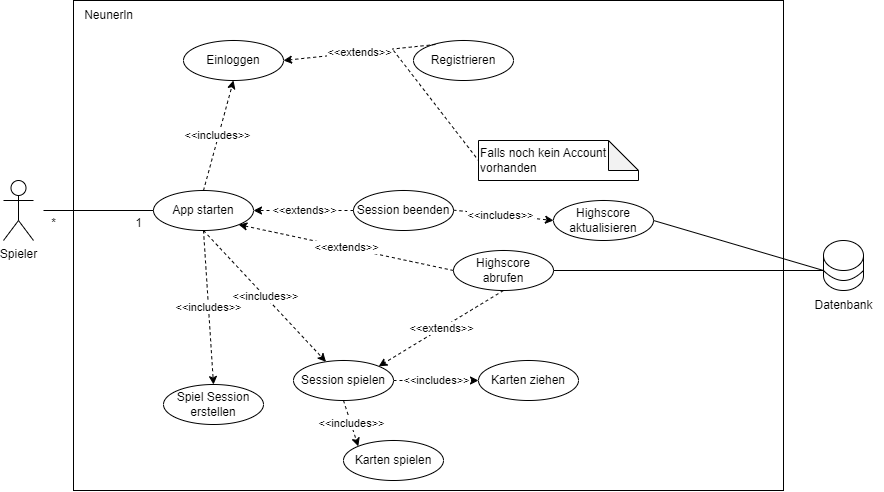
Earlier version of the draw.io export Anwendungsfalldiagramm.png (jakobuseiges/Neunerln). Source tidied: cells renumbered, new cells last; positions are measured from the earlier drawing's top-left corner, leaving out a move shared by most shapes.
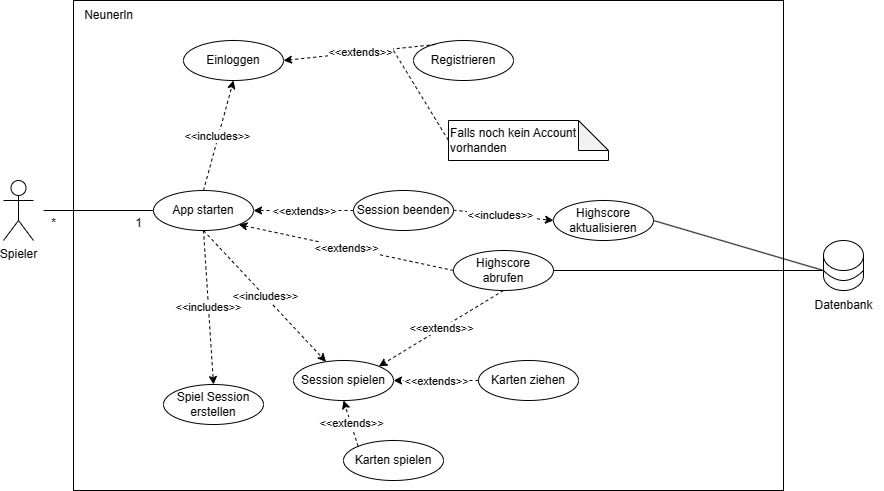
The same file after the commit.

Commit message:
Anwendungsfalldiagramm Pfeile angepasst

Change to the diagram source:
```diff
@@ -23,7 +23,7 @@
       <mxGeometry x="410" y="40" width="100" height="40" as="geometry" />
     </mxCell>
     <mxCell id="8" value="&lt;font style=&quot;font-size: 12px;&quot;&gt;Falls noch kein Account vorhanden&lt;/font&gt;" style="shape=note;whiteSpace=wrap;html=1;backgroundOutline=1;darkOpacity=0.05;align=left;" parent="1" vertex="1">
-      <mxGeometry x="475" y="140" width="160" height="40" as="geometry" />
+      <mxGeometry x="445" y="120" width="160" height="40" as="geometry" />
     </mxCell>
     <mxCell id="9" style="endArrow=none;dashed=1;html=1;rounded=0;entryX=0;entryY=0.5;entryDx=0;entryDy=0;entryPerimeter=0;" parent="1" edge="1" target="8">
       <mxGeometry relative="1" as="geometry">
@@ -50,10 +50,10 @@
     <mxCell id="15" value="Karten ziehen" style="ellipse;whiteSpace=wrap;html=1;align=center;" parent="1" vertex="1">
       <mxGeometry x="475" y="360" width="100" height="40" as="geometry" />
     </mxCell>
-    <mxCell id="16" style="endArrow=classic;html=1;rounded=0;dashed=1;exitX=1;exitY=0.5;exitDx=0;exitDy=0;entryX=0;entryY=0.5;entryDx=0;entryDy=0;" parent="1" edge="1" source="23" target="15">
+    <mxCell id="16" style="endArrow=classic;html=1;rounded=0;dashed=1;exitX=0;exitY=0.5;exitDx=0;exitDy=0;entryX=1;entryY=0.5;entryDx=0;entryDy=0;" parent="1" edge="1" source="15" target="23">
       <mxGeometry relative="1" as="geometry" />
     </mxCell>
-    <mxCell id="17" value="&amp;lt;&amp;lt;includes&amp;gt;&amp;gt;" style="edgeLabel;html=1;align=center;verticalAlign=middle;" parent="16" vertex="1">
+    <mxCell id="17" value="&amp;lt;&amp;lt;extends&amp;gt;&amp;gt;" style="edgeLabel;html=1;align=center;verticalAlign=middle;" parent="16" vertex="1">
       <mxGeometry relative="1" as="geometry" />
     </mxCell>
     <mxCell id="18" value="*" style="text;html=1;align=center;verticalAlign=middle;strokeColor=none;fillColor=none;" parent="1" vertex="1">
@@ -85,10 +85,10 @@
     <mxCell id="26" value="Karten spielen" style="ellipse;whiteSpace=wrap;html=1;align=center;" parent="1" vertex="1">
       <mxGeometry x="340" y="440" width="100" height="40" as="geometry" />
     </mxCell>
-    <mxCell id="27" style="endArrow=classic;html=1;rounded=0;entryX=0;entryY=0;entryDx=0;entryDy=0;dashed=1;exitX=0.5;exitY=1;exitDx=0;exitDy=0;" parent="1" edge="1" source="23" target="26">
+    <mxCell id="27" style="endArrow=classic;html=1;rounded=0;entryX=0.5;entryY=1;entryDx=0;entryDy=0;dashed=1;exitX=0;exitY=0;exitDx=0;exitDy=0;" parent="1" edge="1" source="26" target="23">
       <mxGeometry relative="1" as="geometry" />
     </mxCell>
-    <mxCell id="28" value="&amp;lt;&amp;lt;includes&amp;gt;&amp;gt;" style="edgeLabel;html=1;align=center;verticalAlign=middle;" parent="27" vertex="1">
+    <mxCell id="28" value="&amp;lt;&amp;lt;extends&amp;gt;&amp;gt;" style="edgeLabel;html=1;align=center;verticalAlign=middle;" parent="27" vertex="1">
       <mxGeometry relative="1" as="geometry" />
     </mxCell>
     <mxCell id="29" value="Highscore abrufen" style="ellipse;whiteSpace=wrap;html=1;align=center;" parent="1" vertex="1">
```
